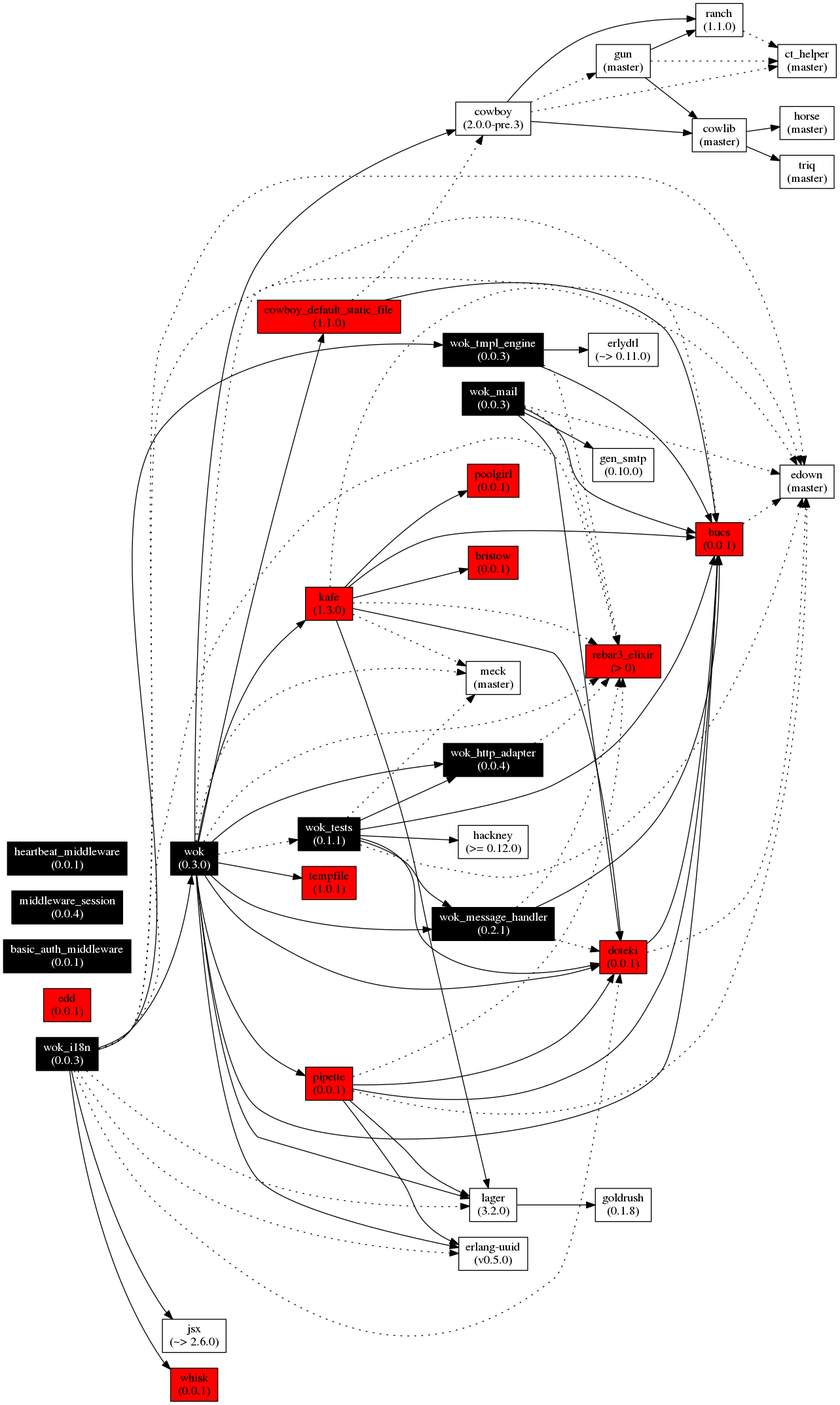
Earlier version of the Graphviz export images/wok.deps.png (botsunit/wok). Its source is kept beside it as images/wok.deps.gv. The source it was exported from:
```dot
digraph wok_deps {
  node[shape=box];
  graph[
    overlap=false,
    splines=spline;
    rankdir=LR;
  ]

  wok[label="wok\n(0.3.0)", fontcolor="white", style="filled", fillcolor="black"];
  lager[label="lager\n(3.2.0)"];
  wok_http_adapter[label="wok_http_adapter\n(0.0.4)", fontcolor="white", style="filled", fillcolor="black"];
  wok_message_handler[label="wok_message_handler\n(0.2.1)", fontcolor="white", style="filled", fillcolor="black"];
  pipette[label="pipette\n(0.0.1)", style="filled", fillcolor="red"];
  kafe[label="kafe\n(1.3.0)", style="filled", fillcolor="red"];
  poolgirl[label="poolgirl\n(0.0.1)", style="filled", fillcolor="red"];
  bristow[label="bristow\n(0.0.1)", style="filled", fillcolor="red"];
  cowboy[label="cowboy\n(2.0.0-pre.3)"];
  cowboy_default_static_file[label="cowboy_default_static_file\n(1.1.0)", style="filled", fillcolor="red"];
  tempfile[label="tempfile\n(1.0.1)", style="filled", fillcolor="red"];
  bucs[label="bucs\n(0.0.1)", style="filled", fillcolor="red"];
  doteki[label="doteki\n(0.0.1)", style="filled", fillcolor="red"];
  uuid[label="erlang-uuid\n(v0.5.0)"];
  rebar3_elixir[label="rebar3_elixir\n(> 0)", style="filled", fillcolor="red"];
  edown[label="edown\n(master)"];
  meck[label="meck\n(master)"];
  wok_tests[label="wok_tests\n(0.1.1)", fontcolor="white", style="filled", fillcolor="black"];
  goldrush[label="goldrush\n(0.1.8)"];
  cowlib[label="cowlib\n(master)"];
  ranch[label="ranch\n(1.1.0)"];
  gun[label="gun\n(master)"];
  ct_helper[label="ct_helper\n(master)"];
  hackney[label="hackney\n(>= 0.12.0)"];
  horse[label="horse\n(master)"];
  triq[label="triq\n(master)"];
  wok_mail[label="wok_mail\n(0.0.3)", fontcolor="white", style="filled", fillcolor="black"];
  gen_smtp[label="gen_smtp\n(0.10.0)"];
  wok_i18n[label="wok_i18n\n(0.0.3)", fontcolor="white", style="filled", fillcolor="black"];
  jsx[label="jsx\n(~> 2.6.0)"];
  whisk[label="whisk\n(0.0.1)", style="filled", fillcolor="red"];
  wok_tmpl_engine[label="wok_tmpl_engine\n(0.0.3)", fontcolor="white", style="filled", fillcolor="black"];
  erlydtl[label="erlydtl\n(~> 0.11.0)"];
  edd[label="edd\n(0.0.1)", style="filled", fillcolor="red"];
  basic_auth_middleware[label="basic_auth_middleware\n(0.0.1)", fontcolor="white", style="filled", fillcolor="black"];
  middleware_session[label="middleware_session\n(0.0.4)", fontcolor="white", style="filled", fillcolor="black"];
  heartbeat_middleware[label="heartbeat_middleware\n(0.0.1)", fontcolor="white", style="filled", fillcolor="black"];

  wok -> lager;
  wok -> wok_http_adapter;
  wok -> wok_message_handler;
  wok -> pipette;
  wok -> kafe;
  wok -> cowboy;
  wok -> cowboy_default_static_file;
  wok -> bucs;
  wok -> doteki;
  wok -> uuid;
  wok -> tempfile;
  wok-> rebar3_elixir[style=dotted];
  wok-> edown[style=dotted];
  wok-> wok_tests[style=dotted];
  wok-> meck[style=dotted];

  lager -> goldrush;

  wok_http_adapter -> rebar3_elixir[style=dotted];

  wok_message_handler -> bucs;
  wok_message_handler -> doteki[style=dotted];
  wok_message_handler -> rebar3_elixir[style=dotted];

  pipette -> lager;
  pipette -> bucs;
  pipette -> doteki;
  pipette -> uuid;
  pipette -> edown[style=dotted];
  pipette -> rebar3_elixir[style=dotted];

  kafe -> lager;
  kafe -> bucs;
  kafe -> doteki;
  kafe -> poolgirl;
  kafe -> bristow;
  kafe -> edown[style=dotted];
  kafe -> meck[style=dotted];
  kafe -> rebar3_elixir[style=dotted];

  cowboy -> cowlib;
  cowboy -> ranch;
  cowboy -> ct_helper[style=dotted];
  cowboy -> gun[style=dotted];

  cowboy_default_static_file -> bucs;
  cowboy_default_static_file -> cowboy[style=dotted];

  bucs -> edown[style=dotted];

  doteki -> bucs;
  doteki -> edown[style=dotted];

  wok_tests -> bucs;
  wok_tests -> wok_http_adapter;
  wok_tests -> wok_message_handler;
  wok_tests -> doteki;
  wok_tests -> hackney;
  wok_tests -> edown[style=dotted];
  wok_tests -> meck[style=dotted];

  cowlib -> horse;
  cowlib -> triq;

  ranch -> ct_helper[style=dotted];

  gun -> cowlib;
  gun -> ranch;
  gun -> ct_helper[style=dotted];

  wok_mail -> bucs;
  wok_mail -> doteki;
  wok_mail -> gen_smtp;
  wok_mail -> edown[style=dotted];
  wok_mail -> rebar3_elixir[style=dotted];

  wok_i18n -> whisk;
  wok_i18n -> wok_tmpl_engine;
  wok_i18n -> jsx;
  wok_i18n -> rebar3_elixir[style=dotted];
  wok_i18n -> lager[style=dotted];
  wok_i18n -> doteki[style=dotted];
  wok_i18n -> bucs[style=dotted];
  wok_i18n -> uuid[style=dotted];
  wok_i18n -> edown[style=dotted];
  wok_i18n -> wok;

  wok_tmpl_engine -> erlydtl;
  wok_tmpl_engine -> bucs;
  wok_tmpl_engine -> rebar3_elixir[style=dotted];
}
```
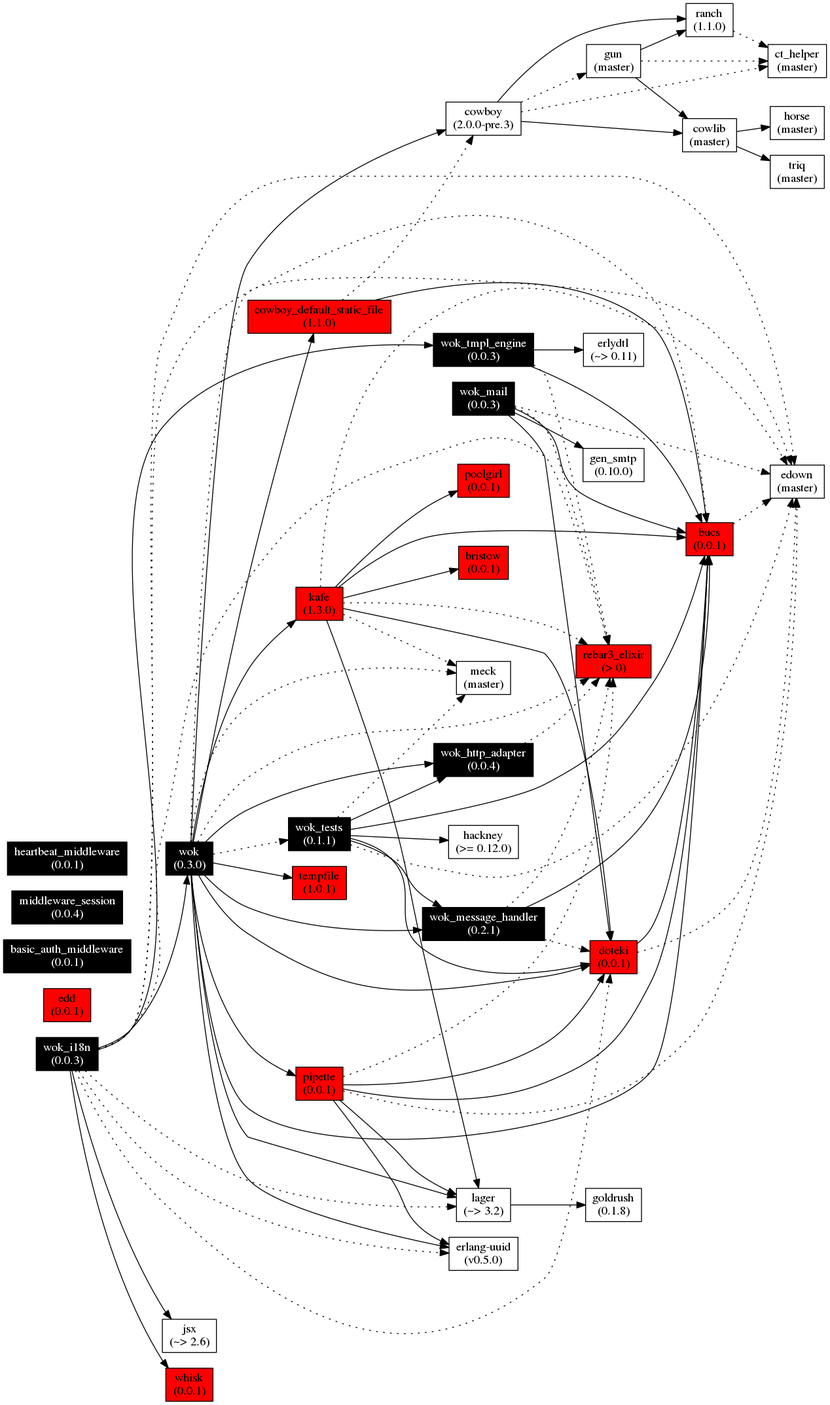
The same diagram one commit later.

Diff of the diagram source:
```diff
@@ -7,7 +7,7 @@
   ]
 
   wok[label="wok\n(0.3.0)", fontcolor="white", style="filled", fillcolor="black"];
-  lager[label="lager\n(3.2.0)"];
+  lager[label="lager\n(~> 3.2)"];
   wok_http_adapter[label="wok_http_adapter\n(0.0.4)", fontcolor="white", style="filled", fillcolor="black"];
   wok_message_handler[label="wok_message_handler\n(0.2.1)", fontcolor="white", style="filled", fillcolor="black"];
   pipette[label="pipette\n(0.0.1)", style="filled", fillcolor="red"];
@@ -35,10 +35,10 @@
   wok_mail[label="wok_mail\n(0.0.3)", fontcolor="white", style="filled", fillcolor="black"];
   gen_smtp[label="gen_smtp\n(0.10.0)"];
   wok_i18n[label="wok_i18n\n(0.0.3)", fontcolor="white", style="filled", fillcolor="black"];
-  jsx[label="jsx\n(~> 2.6.0)"];
+  jsx[label="jsx\n(~> 2.6)"];
   whisk[label="whisk\n(0.0.1)", style="filled", fillcolor="red"];
   wok_tmpl_engine[label="wok_tmpl_engine\n(0.0.3)", fontcolor="white", style="filled", fillcolor="black"];
-  erlydtl[label="erlydtl\n(~> 0.11.0)"];
+  erlydtl[label="erlydtl\n(~> 0.11)"];
   edd[label="edd\n(0.0.1)", style="filled", fillcolor="red"];
   basic_auth_middleware[label="basic_auth_middleware\n(0.0.1)", fontcolor="white", style="filled", fillcolor="black"];
   middleware_session[label="middleware_session\n(0.0.4)", fontcolor="white", style="filled", fillcolor="black"];
```
